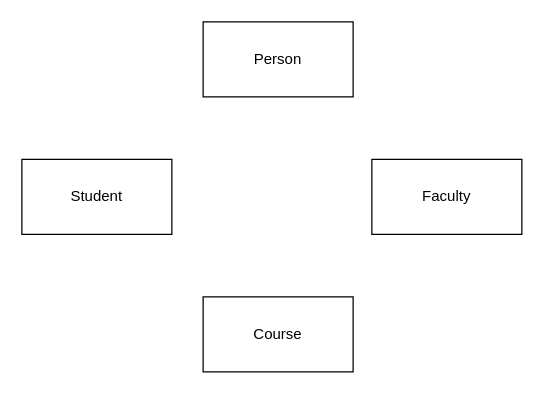
This is java-oop-class-diagram.drawio from altarazico/java-oop-course-management-system, a draw.io file, before an edit. Source tidied: cells renumbered, new cells numbered last; positions are measured from the earlier drawing's top-left corner, leaving out a move shared by most shapes. Both pictures are drawn from the tidied source at 125%, with x=0, y=0 at pixel (21, 21).
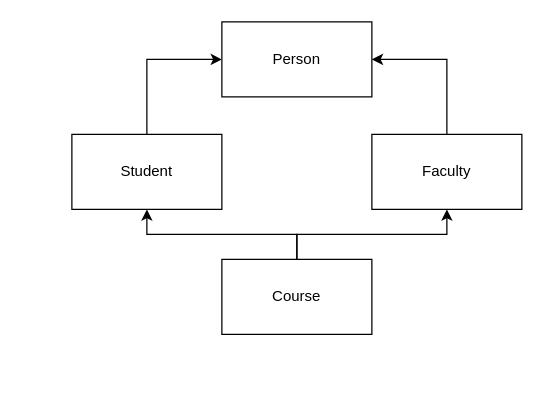
The same diagram, later.

What changed in the source:
```diff
@@
 <mxGraphModel>
   <root>
     <mxCell id="0" />
     <mxCell id="1" parent="0" />
+    <mxCell id="6" style="edgeStyle=orthogonalEdgeStyle;rounded=0;jettySize=auto;html=1;entryX=1;entryY=0.5;entryDx=0;entryDy=0;" parent="1" edge="1" source="2" target="5">
+      <mxGeometry relative="1" as="geometry" />
+    </mxCell>
     <mxCell id="2" value="Faculty" style="rounded=0;whiteSpace=wrap;html=1;" parent="1" vertex="1">
-      <mxGeometry x="280" y="110" width="120" height="60" as="geometry" />
+      <mxGeometry x="280" y="90" width="120" height="60" as="geometry" />
     </mxCell>
+    <mxCell id="7" style="edgeStyle=orthogonalEdgeStyle;rounded=0;jettySize=auto;html=1;entryX=0.5;entryY=1;entryDx=0;entryDy=0;" parent="1" edge="1" source="3" target="4">
+      <mxGeometry relative="1" as="geometry" />
+    </mxCell>
+    <mxCell id="8" style="edgeStyle=orthogonalEdgeStyle;rounded=0;jettySize=auto;html=1;entryX=0.5;entryY=1;entryDx=0;entryDy=0;" parent="1" edge="1" source="3" target="2">
+      <mxGeometry relative="1" as="geometry" />
+    </mxCell>
     <mxCell id="3" value="Course" style="rounded=0;whiteSpace=wrap;html=1;" parent="1" vertex="1">
-      <mxGeometry x="145" y="220" width="120" height="60" as="geometry" />
+      <mxGeometry x="160" y="190" width="120" height="60" as="geometry" />
     </mxCell>
+    <mxCell id="9" style="edgeStyle=orthogonalEdgeStyle;rounded=0;jettySize=auto;html=1;entryX=0;entryY=0.5;entryDx=0;entryDy=0;" parent="1" edge="1" source="4" target="5">
+      <mxGeometry relative="1" as="geometry" />
+    </mxCell>
     <mxCell id="4" value="Student" style="rounded=0;whiteSpace=wrap;html=1;" parent="1" vertex="1">
-      <mxGeometry y="110" width="120" height="60" as="geometry" />
+      <mxGeometry x="40" y="90" width="120" height="60" as="geometry" />
     </mxCell>
     <mxCell id="5" value="Person" style="rounded=0;whiteSpace=wrap;html=1;" parent="1" vertex="1">
-      <mxGeometry x="145" width="120" height="60" as="geometry" />
+      <mxGeometry x="160" width="120" height="60" as="geometry" />
     </mxCell>
   </root>
 </mxGraphModel>
```
